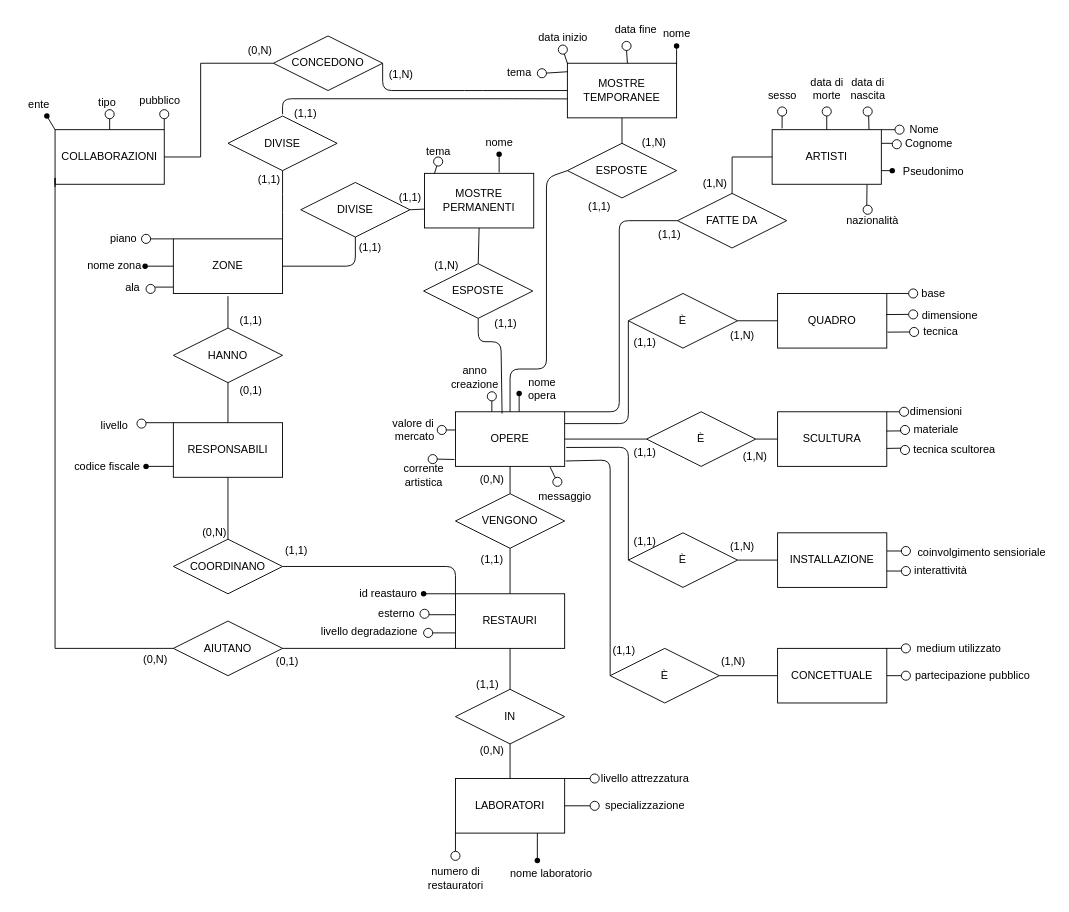
The draw.io diagram museo-ristrutturato.drawio in ColdBerri/Database-Unipd-2025, before the edit. Source tidied: cells renumbered, new cells numbered last; positions are measured from the earlier drawing's top-left corner, leaving out a move shared by most shapes. Both pictures are drawn from the tidied source at 91%, with x=0, y=0 at pixel (15, 15).
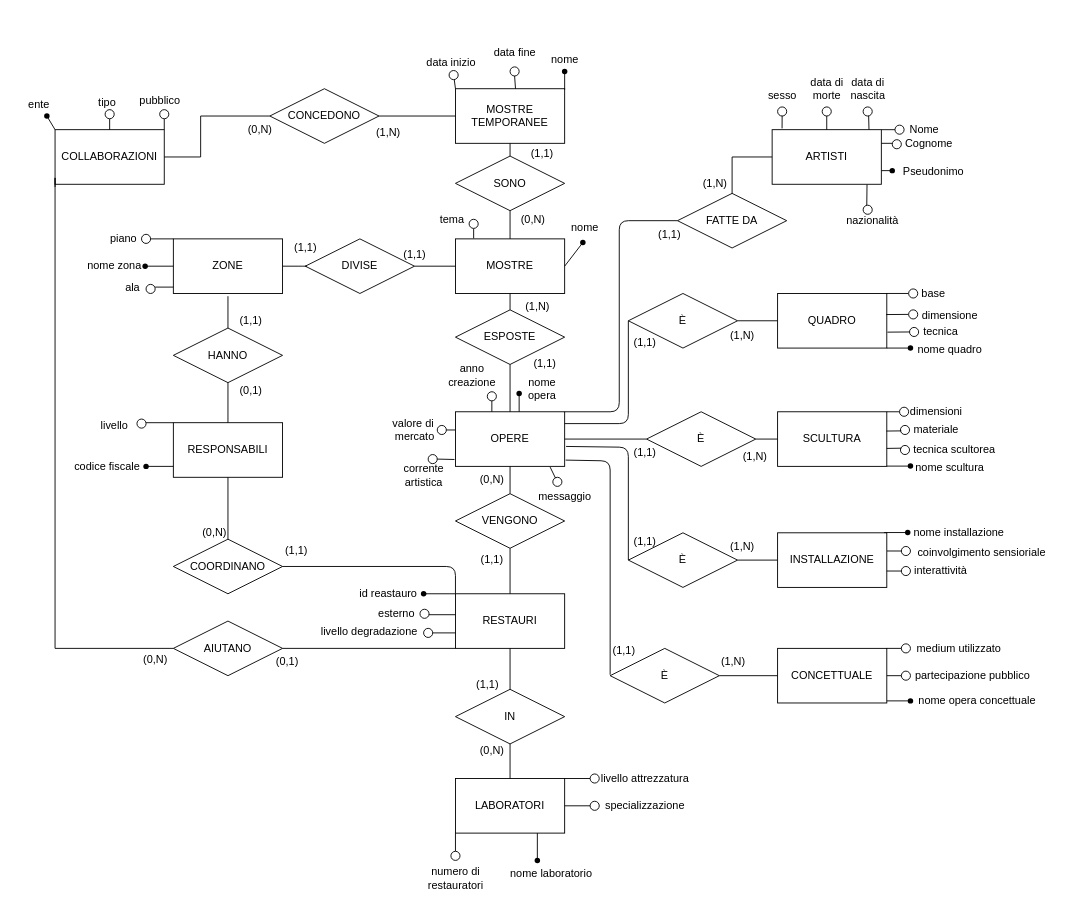
Above is the later version.

The change refers to these unchanged cells:
```xml
<mxCell id="5" value="QUADRO" style="rounded=0;whiteSpace=wrap;html=1;" parent="1" vertex="1">
  <mxGeometry x="837" y="305" width="120" height="60" as="geometry" />
</mxCell>
<mxCell id="7" value="OPERE" style="rounded=0;whiteSpace=wrap;html=1;" parent="1" vertex="1">
  <mxGeometry x="483" y="435" width="120" height="60" as="geometry" />
</mxCell>
<mxCell id="25" value="ZONE" style="rounded=0;whiteSpace=wrap;html=1;" parent="1" vertex="1">
  <mxGeometry x="173" y="245" width="120" height="60" as="geometry" />
</mxCell>
<mxCell id="28" value="COLLABORAZIONI" style="rounded=0;whiteSpace=wrap;html=1;" parent="1" vertex="1">
  <mxGeometry x="43" y="125" width="120" height="60" as="geometry" />
</mxCell>
<mxCell id="185" value="È" style="rhombus;whiteSpace=wrap;html=1;" parent="1" vertex="1">
  <mxGeometry x="653" y="695" width="120" height="60" as="geometry" />
</mxCell>
<mxCell id="186" value="È" style="rhombus;whiteSpace=wrap;html=1;" parent="1" vertex="1">
  <mxGeometry x="673" y="568" width="120" height="60" as="geometry" />
</mxCell>
```

The edit, as a diff of the source:
```diff
@@
-    <mxCell id="15" value="ESPOSTE" style="rhombus;whiteSpace=wrap;html=1;" parent="1" vertex="1">
-      <mxGeometry x="606" y="140" width="120" height="60" as="geometry" />
-    </mxCell>
@@
     <mxCell id="18" value="CONCEDONO" style="rhombus;whiteSpace=wrap;html=1;" parent="1" vertex="1">
-      <mxGeometry x="283" y="22" width="120" height="60" as="geometry" />
+      <mxGeometry x="279" y="80" width="120" height="60" as="geometry" />
     </mxCell>
     <mxCell id="19" value="DIVISE" style="rhombus;whiteSpace=wrap;html=1;" parent="1" vertex="1">
-      <mxGeometry x="233" y="110" width="120" height="60" as="geometry" />
+      <mxGeometry x="318" y="245" width="120" height="60" as="geometry" />
     </mxCell>
@@
     <mxCell id="23" value="MOSTRE&lt;br&gt;TEMPORANEE" style="rounded=0;whiteSpace=wrap;html=1;" parent="1" vertex="1">
-      <mxGeometry x="606" y="52" width="120" height="60" as="geometry" />
+      <mxGeometry x="483" y="80" width="120" height="60" as="geometry" />
     </mxCell>
-    <mxCell id="24" value="MOSTRE&lt;br&gt;PERMANENTI" style="rounded=0;whiteSpace=wrap;html=1;" parent="1" vertex="1">
-      <mxGeometry x="449" y="173" width="120" height="60" as="geometry" />
+    <mxCell id="24" value="MOSTRE" style="rounded=0;whiteSpace=wrap;html=1;" parent="1" vertex="1">
+      <mxGeometry x="483" y="245" width="120" height="60" as="geometry" />
     </mxCell>
@@
     <mxCell id="31" style="endArrow=none;html=1;rounded=0;entryX=0;entryY=0.5;entryDx=0;entryDy=0;exitX=1;exitY=0.5;exitDx=0;exitDy=0;" parent="1" edge="1" source="28" target="18">
       <mxGeometry relative="1" as="geometry">
         <Array as="points">
           <mxPoint x="203" y="155" />
-          <mxPoint x="203" y="52" />
+          <mxPoint x="203" y="110" />
         </Array>
       </mxGeometry>
     </mxCell>
@@
     <mxCell id="45" value="anno&lt;br&gt;creazione" style="text;html=1;align=center;verticalAlign=middle;strokeColor=none;fillColor=none;" parent="1" vertex="1">
-      <mxGeometry x="464" y="377" width="80" height="40" as="geometry" />
+      <mxGeometry x="461" y="375" width="80" height="40" as="geometry" />
     </mxCell>
@@
     <mxCell id="107" style="endArrow=none;html=1;startArrow=none;" parent="1" edge="1">
       <mxGeometry relative="1" as="geometry">
-        <mxPoint x="726" y="37" as="sourcePoint" />
-        <mxPoint x="726" y="53" as="targetPoint" />
+        <mxPoint x="603" y="65" as="sourcePoint" />
+        <mxPoint x="603" y="81" as="targetPoint" />
       </mxGeometry>
     </mxCell>
     <mxCell id="108" style="endArrow=none;html=1;" parent="1" edge="1">
       <mxGeometry relative="1" as="geometry">
-        <mxPoint x="726" y="33" as="sourcePoint" />
-        <mxPoint x="726" y="37" as="targetPoint" />
+        <mxPoint x="603" y="61" as="sourcePoint" />
+        <mxPoint x="603" y="65" as="targetPoint" />
       </mxGeometry>
     </mxCell>
     <mxCell id="109" value="nome" style="text;html=1;align=center;verticalAlign=middle;strokeColor=none;fillColor=none;" parent="1" vertex="1">
-      <mxGeometry x="701" y="5" width="50" height="30" as="geometry" />
+      <mxGeometry x="578" y="33" width="50" height="30" as="geometry" />
     </mxCell>
@@
     <mxCell id="111" style="endArrow=none;html=1;exitX=0;exitY=0;exitDx=0;exitDy=0;startArrow=none;" parent="1" edge="1" source="113">
       <mxGeometry relative="1" as="geometry">
-        <mxPoint x="601" y="37" as="targetPoint" />
+        <mxPoint x="481" y="65" as="targetPoint" />
       </mxGeometry>
     </mxCell>
-    <mxCell id="112" style="endArrow=none;html=1;exitX=0;exitY=0;exitDx=0;exitDy=0;" parent="1" edge="1" source="23" target="113">
-      <mxGeometry relative="1" as="geometry" />
+    <mxCell id="112" style="endArrow=none;html=1;exitX=0;exitY=0;exitDx=0;exitDy=0;" parent="1" edge="1" target="113">
+      <mxGeometry relative="1" as="geometry">
+        <mxPoint x="483" y="80" as="sourcePoint" />
+      </mxGeometry>
     </mxCell>
     <mxCell id="113" style="ellipse;whiteSpace=wrap;html=1;" parent="1" vertex="1">
-      <mxGeometry x="596" y="32" width="10" height="10" as="geometry" />
+      <mxGeometry x="476" y="60" width="10" height="10" as="geometry" />
     </mxCell>
     <mxCell id="114" value="data inizio" style="text;html=1;align=center;verticalAlign=middle;strokeColor=none;fillColor=none;" parent="1" vertex="1">
-      <mxGeometry x="561" y="9" width="80" height="30" as="geometry" />
+      <mxGeometry x="438" y="37" width="80" height="30" as="geometry" />
     </mxCell>
     <mxCell id="115" style="endArrow=none;html=1;exitX=0.5;exitY=0;exitDx=0;exitDy=0;entryX=0.5;entryY=1;entryDx=0;entryDy=0;" parent="1" edge="1" target="116">
       <mxGeometry relative="1" as="geometry">
-        <mxPoint x="672" y="52" as="sourcePoint" />
+        <mxPoint x="549" y="80" as="sourcePoint" />
       </mxGeometry>
     </mxCell>
     <mxCell id="116" style="ellipse;whiteSpace=wrap;html=1;" parent="1" vertex="1">
-      <mxGeometry x="666" y="28" width="10" height="10" as="geometry" />
+      <mxGeometry x="543" y="56" width="10" height="10" as="geometry" />
     </mxCell>
     <mxCell id="117" value="data fine" style="text;html=1;align=center;verticalAlign=middle;strokeColor=none;fillColor=none;" parent="1" vertex="1">
-      <mxGeometry x="646" width="70" height="30" as="geometry" />
+      <mxGeometry x="513" y="26" width="70" height="30" as="geometry" />
     </mxCell>
     <mxCell id="118" style="shape=waypoint;sketch=0;fillStyle=solid;size=6;fillColor=none;perimeter=centerPerimeter;" parent="1" vertex="1">
-      <mxGeometry x="716" y="23" width="20" height="20" as="geometry" />
+      <mxGeometry x="593" y="51" width="20" height="20" as="geometry" />
     </mxCell>
@@
     <mxCell id="179" value="(1,N)" style="text;html=1;align=center;verticalAlign=middle;strokeColor=none;fillColor=none;" parent="1" vertex="1">
-      <mxGeometry x="398" y="50" width="50" height="30" as="geometry" />
+      <mxGeometry x="384" y="113" width="50" height="30" as="geometry" />
     </mxCell>
     <mxCell id="180" value="(0,N)" style="text;html=1;align=center;verticalAlign=middle;strokeColor=none;fillColor=none;" parent="1" vertex="1">
-      <mxGeometry x="243" y="23" width="50" height="30" as="geometry" />
+      <mxGeometry x="243" y="110" width="50" height="30" as="geometry" />
     </mxCell>
-    <mxCell id="181" value="(1,N)" style="text;html=1;align=center;verticalAlign=middle;strokeColor=none;fillColor=none;" parent="1" vertex="1">
-      <mxGeometry x="676" y="124" width="50" height="30" as="geometry" />
-    </mxCell>
-    <mxCell id="182" value="(1,1)" style="text;html=1;align=center;verticalAlign=middle;strokeColor=none;fillColor=none;" parent="1" vertex="1">
-      <mxGeometry x="616" y="195" width="50" height="30" as="geometry" />
-    </mxCell>
@@
-    <mxCell id="191" style="endArrow=none;html=1;entryX=0;entryY=0.5;entryDx=0;entryDy=0;exitX=1.014;exitY=0.654;exitDx=0;exitDy=0;exitPerimeter=0;" parent="1" edge="1" source="7" target="186">
+    <mxCell id="191" style="endArrow=none;html=1;entryX=0;entryY=0.5;entryDx=0;entryDy=0;exitX=1.013;exitY=0.635;exitDx=0;exitDy=0;exitPerimeter=0;" parent="1" edge="1" source="7" target="186">
       <mxGeometry relative="1" as="geometry">
         <Array as="points">
           <mxPoint x="673" y="474" />
         </Array>
       </mxGeometry>
     </mxCell>
@@
-    <mxCell id="193" style="endArrow=none;html=1;entryX=0;entryY=0.5;entryDx=0;entryDy=0;exitX=1.009;exitY=0.901;exitDx=0;exitDy=0;exitPerimeter=0;" parent="1" edge="1" source="7" target="185">
+    <mxCell id="193" style="endArrow=none;html=1;entryX=0;entryY=0.5;entryDx=0;entryDy=0;exitX=1.009;exitY=0.901;exitDx=0;exitDy=0;exitPerimeter=0;" parent="1" edge="1">
       <mxGeometry relative="1" as="geometry">
+        <mxPoint x="604.1" y="488.1" as="sourcePoint" />
+        <mxPoint x="653" y="724" as="targetPoint" />
         <Array as="points">
-          <mxPoint x="653" y="488" />
+          <mxPoint x="653" y="489" />
         </Array>
       </mxGeometry>
     </mxCell>
@@
     <mxCell id="202" style="endArrow=none;html=1;exitX=1;exitY=0;exitDx=0;exitDy=0;" parent="1" edge="1" target="203">
       <mxGeometry relative="1" as="geometry">
-        <mxPoint x="460" y="173" as="sourcePoint" />
+        <mxPoint x="503" y="244.5" as="sourcePoint" />
       </mxGeometry>
     </mxCell>
     <mxCell id="203" style="ellipse;whiteSpace=wrap;html=1;" parent="1" vertex="1">
-      <mxGeometry x="459" y="155" width="10" height="10" as="geometry" />
+      <mxGeometry x="498" y="223.5" width="10" height="10" as="geometry" />
     </mxCell>
     <mxCell id="204" value="tema" style="text;html=1;align=center;verticalAlign=middle;strokeColor=none;fillColor=none;" parent="1" vertex="1">
-      <mxGeometry x="439" y="134" width="50" height="30" as="geometry" />
+      <mxGeometry x="454" y="209" width="50" height="30" as="geometry" />
     </mxCell>
-    <mxCell id="205" style="endArrow=none;html=1;exitX=0.004;exitY=0.155;exitDx=0;exitDy=0;exitPerimeter=0;" parent="1" edge="1" source="23" target="206">
-      <mxGeometry relative="1" as="geometry" />
-    </mxCell>
-    <mxCell id="206" style="ellipse;whiteSpace=wrap;html=1;" parent="1" vertex="1">
-      <mxGeometry x="573" y="58" width="10" height="10" as="geometry" />
-    </mxCell>
-    <mxCell id="207" value="tema" style="text;html=1;align=center;verticalAlign=middle;strokeColor=none;fillColor=none;" parent="1" vertex="1">
-      <mxGeometry x="528" y="48" width="50" height="30" as="geometry" />
-    </mxCell>
-    <mxCell id="208" style="endArrow=none;html=1;startArrow=none;" parent="1" edge="1">
-      <mxGeometry relative="1" as="geometry">
-        <mxPoint x="531" y="156" as="sourcePoint" />
-        <mxPoint x="531" y="172" as="targetPoint" />
-      </mxGeometry>
-    </mxCell>
-    <mxCell id="209" style="endArrow=none;html=1;" parent="1" edge="1">
-      <mxGeometry relative="1" as="geometry">
-        <mxPoint x="531" y="152" as="sourcePoint" />
-        <mxPoint x="531" y="156" as="targetPoint" />
-      </mxGeometry>
+    <mxCell id="209" style="endArrow=none;html=1;entryX=1;entryY=0.5;entryDx=0;entryDy=0;startArrow=none;" parent="1" edge="1" source="211" target="24">
+      <mxGeometry relative="1" as="geometry" />
     </mxCell>
     <mxCell id="210" value="nome" style="text;html=1;align=center;verticalAlign=middle;strokeColor=none;fillColor=none;" parent="1" vertex="1">
-      <mxGeometry x="506" y="124" width="50" height="30" as="geometry" />
+      <mxGeometry x="600" y="218" width="50" height="30" as="geometry" />
     </mxCell>
-    <mxCell id="211" style="shape=waypoint;sketch=0;fillStyle=solid;size=6;points=[];fillColor=none;perimeter=centerPerimeter;snapToPoint=1;" parent="1" vertex="1">
-      <mxGeometry x="521" y="142" width="20" height="20" as="geometry" />
-    </mxCell>
     <mxCell id="212" value="ESPOSTE" style="rhombus;whiteSpace=wrap;html=1;" parent="1" vertex="1">
-      <mxGeometry x="448" y="272.3" width="120" height="60" as="geometry" />
+      <mxGeometry x="483" y="323" width="120" height="60" as="geometry" />
     </mxCell>
-    <mxCell id="213" style="endArrow=none;html=1;exitX=1;exitY=0;exitDx=0;exitDy=0;entryX=0.5;entryY=1;entryDx=0;entryDy=0;" parent="1" edge="1" target="19">
-      <mxGeometry relative="1" as="geometry">
-        <mxPoint x="293" y="245" as="sourcePoint" />
-        <Array as="points">
-          <mxPoint x="293" y="206" />
-        </Array>
-      </mxGeometry>
-    </mxCell>
-    <mxCell id="214" style="endArrow=none;html=1;entryX=0.5;entryY=1;entryDx=0;entryDy=0;exitX=0.427;exitY=0.032;exitDx=0;exitDy=0;exitPerimeter=0;" parent="1" edge="1" source="7" target="212">
-      <mxGeometry relative="1" as="geometry">
-        <Array as="points">
-          <mxPoint x="533" y="358" />
-          <mxPoint x="508" y="358" />
-        </Array>
-      </mxGeometry>
-    </mxCell>
     <mxCell id="215" value="(1,1)" style="text;html=1;align=center;verticalAlign=middle;strokeColor=none;fillColor=none;" parent="1" vertex="1">
-      <mxGeometry x="513" y="323" width="50" height="30" as="geometry" />
+      <mxGeometry x="556" y="367" width="50" height="30" as="geometry" />
     </mxCell>
-    <mxCell id="216" style="endArrow=none;html=1;entryX=0.5;entryY=1;entryDx=0;entryDy=0;exitX=0.5;exitY=0;exitDx=0;exitDy=0;" parent="1" edge="1" source="15" target="23">
-      <mxGeometry relative="1" as="geometry" />
-    </mxCell>
-    <mxCell id="217" style="endArrow=none;html=1;entryX=0;entryY=0.653;entryDx=0;entryDy=0;entryPerimeter=0;" parent="1" edge="1" target="23">
-      <mxGeometry relative="1" as="geometry">
-        <mxPoint x="293" y="108" as="sourcePoint" />
-        <Array as="points">
-          <mxPoint x="293" y="91" />
-          <mxPoint x="543" y="91" />
-        </Array>
-      </mxGeometry>
-    </mxCell>
-    <mxCell id="218" value="DIVISE" style="rhombus;whiteSpace=wrap;html=1;" parent="1" vertex="1">
-      <mxGeometry x="313" y="183" width="120" height="60" as="geometry" />
-    </mxCell>
-    <mxCell id="219" style="endArrow=none;html=1;entryX=0.5;entryY=1;entryDx=0;entryDy=0;exitX=1;exitY=0.5;exitDx=0;exitDy=0;" parent="1" edge="1" source="25" target="218">
-      <mxGeometry relative="1" as="geometry">
-        <Array as="points">
-          <mxPoint x="373" y="275" />
-        </Array>
-      </mxGeometry>
-    </mxCell>
     <mxCell id="220" value="(1,N)" style="text;html=1;align=center;verticalAlign=middle;strokeColor=none;fillColor=none;" parent="1" vertex="1">
-      <mxGeometry x="448" y="260" width="50" height="30" as="geometry" />
+      <mxGeometry x="548" y="305" width="50" height="30" as="geometry" />
     </mxCell>
-    <mxCell id="221" style="endArrow=none;html=1;exitX=0.5;exitY=0;exitDx=0;exitDy=0;entryX=0;entryY=0.5;entryDx=0;entryDy=0;" parent="1" edge="1" source="7" target="15">
-      <mxGeometry relative="1" as="geometry">
-        <Array as="points">
-          <mxPoint x="543" y="388" />
-          <mxPoint x="583" y="388" />
-          <mxPoint x="583" y="178" />
-        </Array>
-      </mxGeometry>
-    </mxCell>
-    <mxCell id="222" value="(1,1)" style="text;html=1;align=center;verticalAlign=middle;strokeColor=none;fillColor=none;" parent="1" vertex="1">
-      <mxGeometry x="364" y="240" width="50" height="30" as="geometry" />
-    </mxCell>
     <mxCell id="223" value="(1,1)" style="text;html=1;align=center;verticalAlign=middle;strokeColor=none;fillColor=none;" parent="1" vertex="1">
-      <mxGeometry x="293" y="93" width="50" height="30" as="geometry" />
+      <mxGeometry x="413" y="248" width="50" height="30" as="geometry" />
     </mxCell>
     <mxCell id="224" value="(1,1)" style="text;html=1;align=center;verticalAlign=middle;strokeColor=none;fillColor=none;" parent="1" vertex="1">
-      <mxGeometry x="253" y="165" width="50" height="30" as="geometry" />
+      <mxGeometry x="293" y="240" width="50" height="30" as="geometry" />
     </mxCell>
-    <mxCell id="225" value="(1,1)" style="text;html=1;align=center;verticalAlign=middle;strokeColor=none;fillColor=none;" parent="1" vertex="1">
-      <mxGeometry x="408" y="185" width="50" height="30" as="geometry" />
-    </mxCell>
-    <mxCell id="226" style="endArrow=none;html=1;entryX=1;entryY=0.5;entryDx=0;entryDy=0;exitX=0.004;exitY=0.654;exitDx=0;exitDy=0;exitPerimeter=0;" parent="1" edge="1" source="24" target="218">
-      <mxGeometry relative="1" as="geometry" />
-    </mxCell>
@@
-    <mxCell id="228" style="endArrow=none;html=1;exitX=1;exitY=0.5;exitDx=0;exitDy=0;entryX=0;entryY=0.5;entryDx=0;entryDy=0;" parent="1" edge="1" source="18" target="23">
-      <mxGeometry relative="1" as="geometry">
-        <Array as="points">
-          <mxPoint x="403" y="82" />
-          <mxPoint x="503" y="82" />
-        </Array>
-      </mxGeometry>
-    </mxCell>
@@
+    <mxCell id="234" style="endArrow=none;html=1;entryX=1;entryY=1;entryDx=0;entryDy=0;" parent="1" edge="1" source="235" target="5">
+      <mxGeometry relative="1" as="geometry" />
+    </mxCell>
+    <mxCell id="235" style="shape=waypoint;sketch=0;fillStyle=solid;size=6;points=[];fillColor=none;perimeter=centerPerimeter;snapToPoint=1;" parent="1" vertex="1">
+      <mxGeometry x="973" y="355" width="20" height="20" as="geometry" />
+    </mxCell>
+    <mxCell id="236" value="nome quadro" style="text;html=1;align=center;verticalAlign=middle;strokeColor=none;fillColor=none;" parent="1" vertex="1">
+      <mxGeometry x="981" y="352.3" width="90" height="30" as="geometry" />
+    </mxCell>
+    <mxCell id="237" style="endArrow=none;html=1;entryX=1;entryY=1;entryDx=0;entryDy=0;" parent="1" edge="1" source="238">
+      <mxGeometry relative="1" as="geometry">
+        <mxPoint x="957" y="494.7" as="targetPoint" />
+      </mxGeometry>
+    </mxCell>
+    <mxCell id="238" style="shape=waypoint;sketch=0;fillStyle=solid;size=6;points=[];fillColor=none;perimeter=centerPerimeter;snapToPoint=1;" parent="1" vertex="1">
+      <mxGeometry x="973" y="484.7" width="20" height="20" as="geometry" />
+    </mxCell>
+    <mxCell id="239" value="nome scultura" style="text;html=1;align=center;verticalAlign=middle;strokeColor=none;fillColor=none;" parent="1" vertex="1">
+      <mxGeometry x="976" y="482" width="100" height="30" as="geometry" />
+    </mxCell>
+    <mxCell id="240" style="endArrow=none;html=1;entryX=1;entryY=1;entryDx=0;entryDy=0;" parent="1" edge="1" source="241">
+      <mxGeometry relative="1" as="geometry">
+        <mxPoint x="954" y="567.7" as="targetPoint" />
+      </mxGeometry>
+    </mxCell>
+    <mxCell id="241" style="shape=waypoint;sketch=0;fillStyle=solid;size=6;points=[];fillColor=none;perimeter=centerPerimeter;snapToPoint=1;" parent="1" vertex="1">
+      <mxGeometry x="970" y="557.7" width="20" height="20" as="geometry" />
+    </mxCell>
+    <mxCell id="242" value="nome installazione" style="text;html=1;align=center;verticalAlign=middle;strokeColor=none;fillColor=none;" parent="1" vertex="1">
+      <mxGeometry x="976" y="553" width="120" height="30" as="geometry" />
+    </mxCell>
+    <mxCell id="243" style="endArrow=none;html=1;entryX=1;entryY=1;entryDx=0;entryDy=0;" parent="1" edge="1" source="244">
+      <mxGeometry relative="1" as="geometry">
+        <mxPoint x="957" y="752.7" as="targetPoint" />
+      </mxGeometry>
+    </mxCell>
+    <mxCell id="244" style="shape=waypoint;sketch=0;fillStyle=solid;size=6;points=[];fillColor=none;perimeter=centerPerimeter;snapToPoint=1;" parent="1" vertex="1">
+      <mxGeometry x="973" y="742.7" width="20" height="20" as="geometry" />
+    </mxCell>
+    <mxCell id="245" value="nome opera concettuale" style="text;html=1;align=center;verticalAlign=middle;strokeColor=none;fillColor=none;" parent="1" vertex="1">
+      <mxGeometry x="981" y="737.7" width="150" height="30" as="geometry" />
+    </mxCell>
+    <mxCell id="214" style="endArrow=none;html=1;entryX=0.5;entryY=1;entryDx=0;entryDy=0;exitX=0.5;exitY=0;exitDx=0;exitDy=0;" parent="1" edge="1" source="7" target="212">
+      <mxGeometry relative="1" as="geometry" />
+    </mxCell>
+    <mxCell id="228" style="endArrow=none;html=1;entryX=0;entryY=0.5;entryDx=0;entryDy=0;exitX=1;exitY=0.5;exitDx=0;exitDy=0;" parent="1" edge="1" source="18" target="23">
+      <mxGeometry relative="1" as="geometry" />
+    </mxCell>
+    <mxCell id="246" style="endArrow=none;html=1;entryX=1;entryY=0.5;entryDx=0;entryDy=0;exitX=0;exitY=0.5;exitDx=0;exitDy=0;" parent="1" edge="1" source="19" target="25">
+      <mxGeometry relative="1" as="geometry">
+        <Array as="points">
+          <mxPoint x="321" y="275" />
+        </Array>
+      </mxGeometry>
+    </mxCell>
+    <mxCell id="247" style="endArrow=none;html=1;entryX=0;entryY=0.5;entryDx=0;entryDy=0;exitX=1;exitY=0.5;exitDx=0;exitDy=0;" parent="1" edge="1" source="19" target="24">
+      <mxGeometry relative="1" as="geometry" />
+    </mxCell>
+    <mxCell id="248" value="SONO" style="rhombus;whiteSpace=wrap;html=1;" parent="1" vertex="1">
+      <mxGeometry x="483" y="154" width="120" height="60" as="geometry" />
+    </mxCell>
+    <mxCell id="249" style="endArrow=none;html=1;entryX=0.5;entryY=1;entryDx=0;entryDy=0;exitX=0.5;exitY=0;exitDx=0;exitDy=0;" parent="1" edge="1" source="24" target="248">
+      <mxGeometry relative="1" as="geometry" />
+    </mxCell>
+    <mxCell id="250" style="endArrow=none;html=1;entryX=0.5;entryY=1;entryDx=0;entryDy=0;exitX=0.5;exitY=0;exitDx=0;exitDy=0;" parent="1" edge="1" source="248" target="23">
+      <mxGeometry relative="1" as="geometry" />
+    </mxCell>
+    <mxCell id="251" value="(1,1)" style="text;html=1;align=center;verticalAlign=middle;strokeColor=none;fillColor=none;" parent="1" vertex="1">
+      <mxGeometry x="553" y="136" width="50" height="30" as="geometry" />
+    </mxCell>
+    <mxCell id="252" style="endArrow=none;html=1;entryDx=0;entryDy=0;" parent="1" edge="1" target="211">
+      <mxGeometry relative="1" as="geometry">
+        <mxPoint x="623" y="250" as="sourcePoint" />
+      </mxGeometry>
+    </mxCell>
+    <mxCell id="211" style="shape=waypoint;sketch=0;fillStyle=solid;size=6;points=[];fillColor=none;perimeter=centerPerimeter;snapToPoint=1;" parent="1" vertex="1">
+      <mxGeometry x="613" y="239" width="20" height="20" as="geometry" />
+    </mxCell>
+    <mxCell id="253" value="(0,N)" style="text;html=1;align=center;verticalAlign=middle;strokeColor=none;fillColor=none;" parent="1" vertex="1">
+      <mxGeometry x="543" y="209" width="50" height="30" as="geometry" />
+    </mxCell>
```
